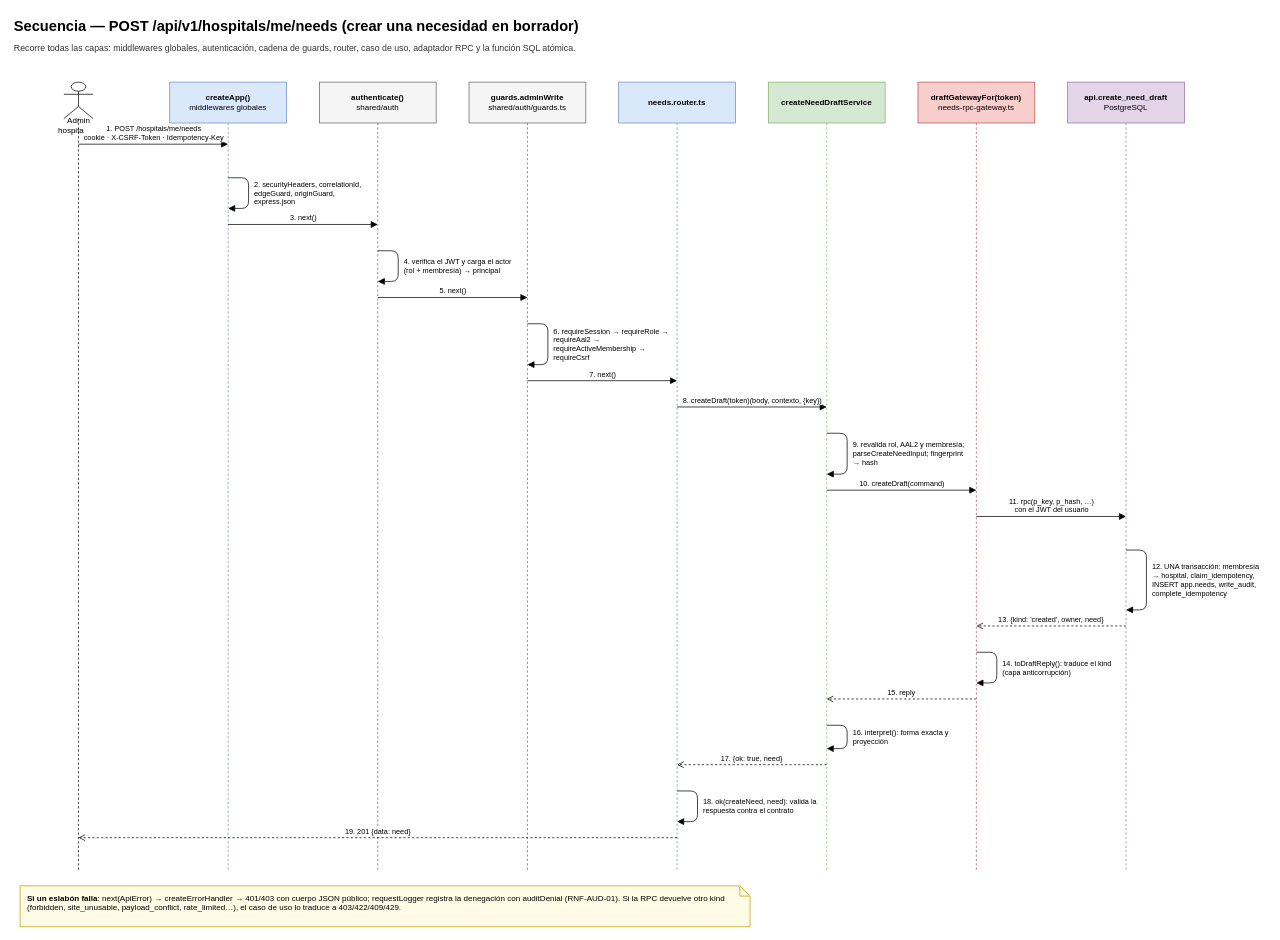
Above: page "06 Secuencia: crear una necesidad" (7 of 25) of evidence_pc2/diagramas/save-a-life-uml.drawio in DiegoRomanP/Safe-a-Life (draw.io), before the change. Source tidied: cells renumbered, new cells numbered last; positions are measured from the earlier drawing's top-left corner, leaving out a move shared by most shapes. Both pictures are drawn from the tidied source at 73%, with x=0, y=0 at pixel (12, 12).
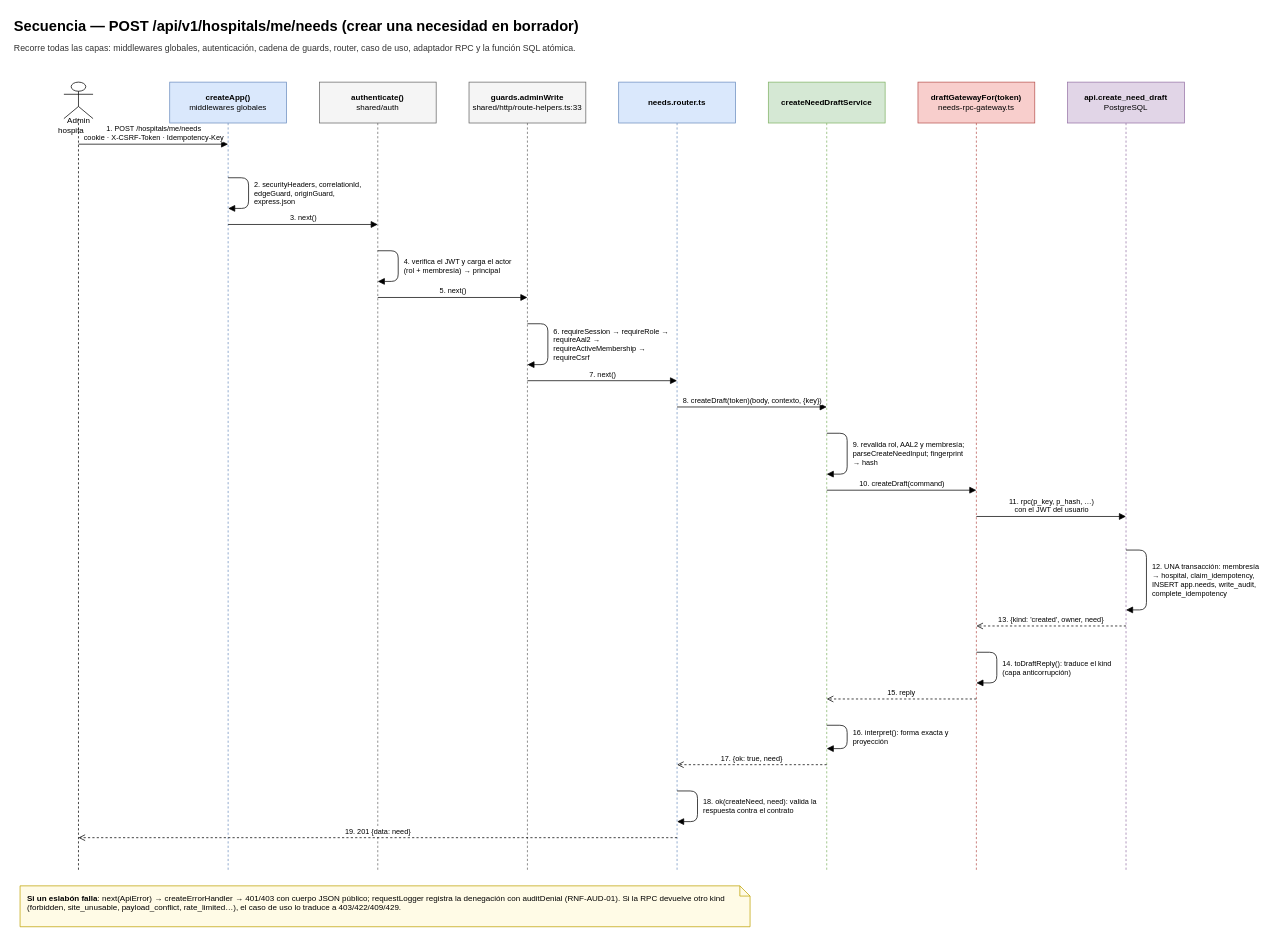
The same page after the edit.

Diff of the diagram source:
```diff
@@
-    <mxCell id="7" value="&lt;b&gt;guards.adminWrite&lt;/b&gt;&lt;br&gt;shared/auth/guards.ts" style="shape=umlLifeline;perimeter=lifelinePerimeter;whiteSpace=wrap;html=1;size=56;fontSize=11;fillColor=#f5f5f5;strokeColor=#666666;" parent="1" vertex="1">
+    <mxCell id="7" value="&lt;b&gt;guards.adminWrite&lt;/b&gt;&lt;br&gt;shared/http/route-helpers.ts:33" style="shape=umlLifeline;perimeter=lifelinePerimeter;whiteSpace=wrap;html=1;size=56;fontSize=11;fillColor=#f5f5f5;strokeColor=#666666;" parent="1" vertex="1">
       <mxGeometry x="625" y="95" width="160" height="1081" as="geometry" />
     </mxCell>
```
